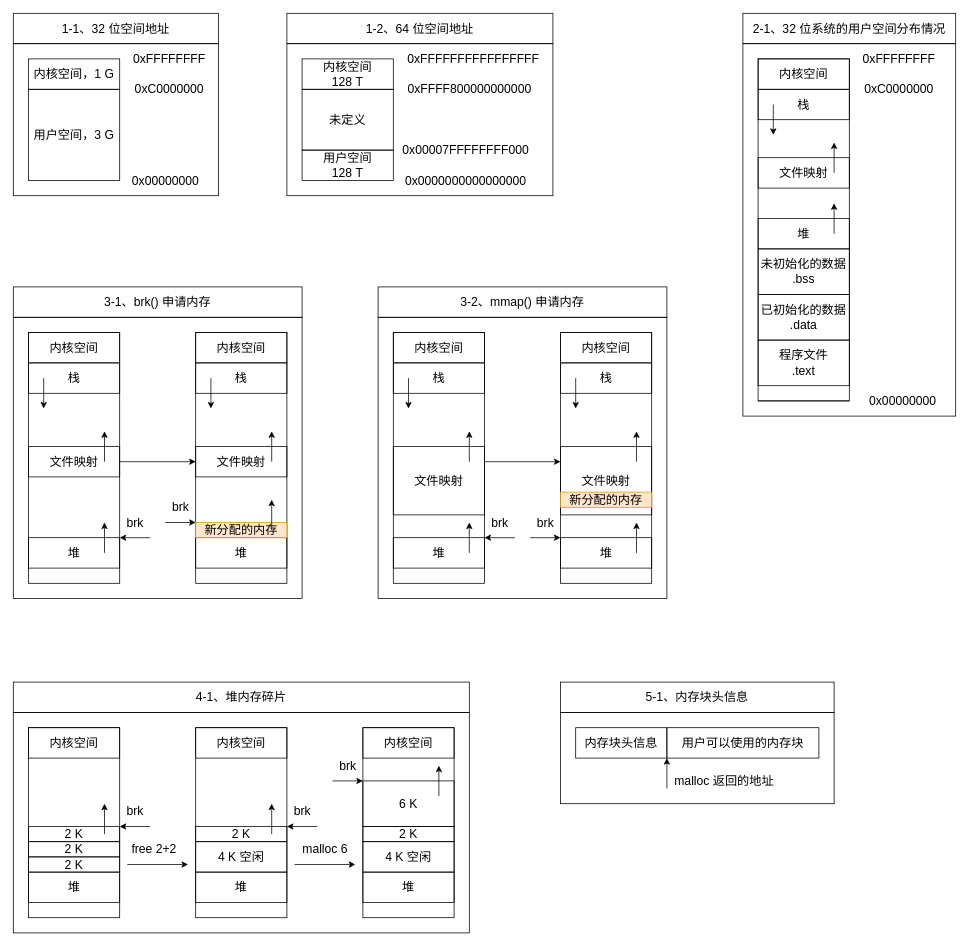
Before: drawio/computer-science/operating-system/memory/linux-memory.drawio in KelipuTe/old.github.io, a draw.io diagram. Source tidied: cells renumbered, new cells numbered last; positions are measured from the earlier drawing's top-left corner, leaving out a move shared by most shapes. Both pictures are drawn from the tidied source at 76%, with x=0, y=0 at pixel (13, 13).
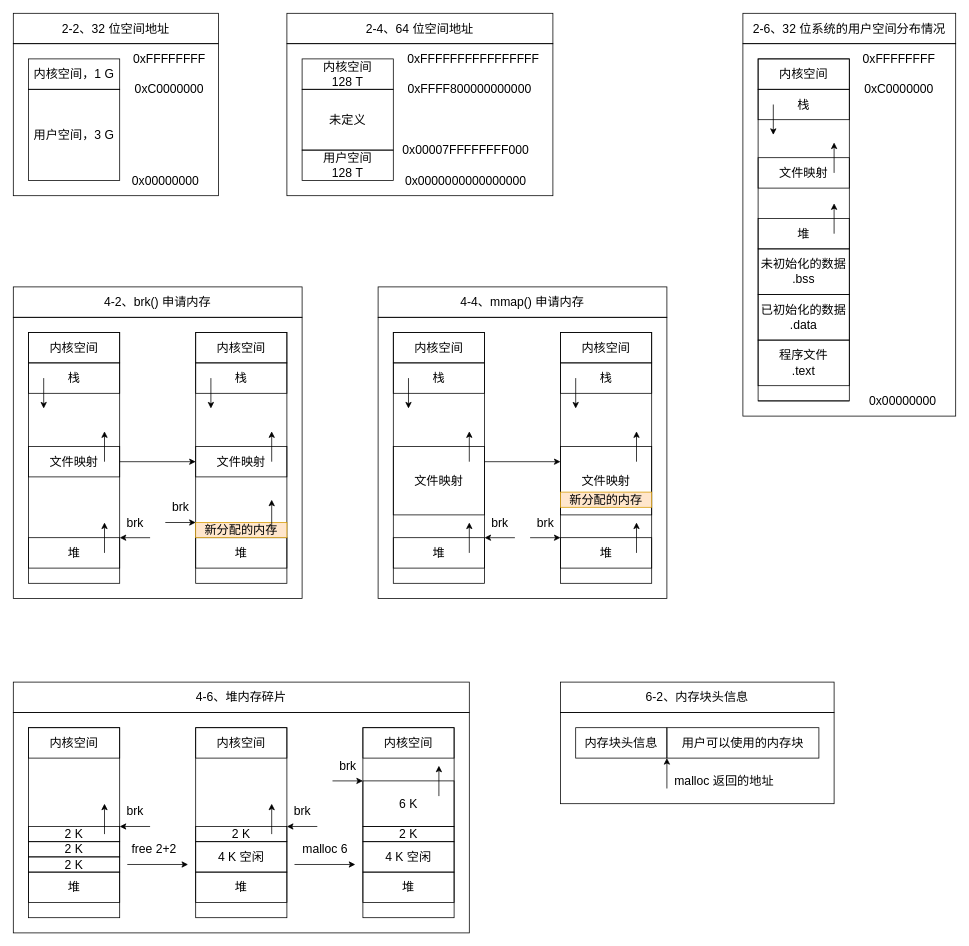
The same page after the edit.

What changed in the source:
```diff
@@
-    <mxCell id="10" value="1-1、32 位空间地址" style="rounded=0;whiteSpace=wrap;html=1;fontSize=16;strokeColor=default;fillColor=none;" parent="1" vertex="1">
+    <mxCell id="10" value="2-2、32 位空间地址" style="rounded=0;whiteSpace=wrap;html=1;fontSize=16;strokeColor=default;fillColor=none;" parent="1" vertex="1">
       <mxGeometry width="270" height="40" as="geometry" />
     </mxCell>
@@
-    <mxCell id="16" value="1-2、64 位空间地址" style="rounded=0;whiteSpace=wrap;html=1;fontSize=16;strokeColor=default;fillColor=none;" parent="1" vertex="1">
+    <mxCell id="16" value="2-4、64 位空间地址" style="rounded=0;whiteSpace=wrap;html=1;fontSize=16;strokeColor=default;fillColor=none;" parent="1" vertex="1">
       <mxGeometry x="360" width="350" height="40" as="geometry" />
     </mxCell>
@@
-    <mxCell id="20" value="2-1、32 位系统的用户空间分布情况" style="rounded=0;whiteSpace=wrap;html=1;fontSize=16;strokeColor=default;fillColor=none;" parent="1" vertex="1">
+    <mxCell id="20" value="2-6、32 位系统的用户空间分布情况" style="rounded=0;whiteSpace=wrap;html=1;fontSize=16;strokeColor=default;fillColor=none;" parent="1" vertex="1">
       <mxGeometry x="960" width="280" height="40" as="geometry" />
     </mxCell>
@@
-    <mxCell id="59" value="3-1、brk() 申请内存" style="rounded=0;whiteSpace=wrap;html=1;fontSize=16;strokeColor=default;fillColor=none;" parent="1" vertex="1">
+    <mxCell id="59" value="4-2、brk() 申请内存" style="rounded=0;whiteSpace=wrap;html=1;fontSize=16;strokeColor=default;fillColor=none;" parent="1" vertex="1">
       <mxGeometry y="360" width="380" height="40" as="geometry" />
     </mxCell>
@@
-    <mxCell id="91" value="&lt;span&gt;4-1、堆内存碎片&lt;/span&gt;" style="rounded=0;whiteSpace=wrap;html=1;fontSize=16;strokeColor=default;fillColor=none;" parent="1" vertex="1">
+    <mxCell id="91" value="&lt;span&gt;4-6、堆内存碎片&lt;/span&gt;" style="rounded=0;whiteSpace=wrap;html=1;fontSize=16;strokeColor=default;fillColor=none;" parent="1" vertex="1">
       <mxGeometry y="880" width="600" height="40" as="geometry" />
     </mxCell>
@@
-    <mxCell id="96" value="&lt;span&gt;5-1、内存块头信息&lt;/span&gt;" style="rounded=0;whiteSpace=wrap;html=1;fontSize=16;strokeColor=default;fillColor=none;" parent="1" vertex="1">
+    <mxCell id="96" value="&lt;span&gt;6-2、内存块头信息&lt;/span&gt;" style="rounded=0;whiteSpace=wrap;html=1;fontSize=16;strokeColor=default;fillColor=none;" parent="1" vertex="1">
       <mxGeometry x="720" y="880" width="360" height="40" as="geometry" />
     </mxCell>
@@
-    <mxCell id="120" value="3-2、mmap() 申请内存" style="rounded=0;whiteSpace=wrap;html=1;fontSize=16;strokeColor=default;fillColor=none;" parent="1" vertex="1">
+    <mxCell id="120" value="4-4、mmap() 申请内存" style="rounded=0;whiteSpace=wrap;html=1;fontSize=16;strokeColor=default;fillColor=none;" parent="1" vertex="1">
       <mxGeometry x="480" y="360" width="380" height="40" as="geometry" />
     </mxCell>
```
